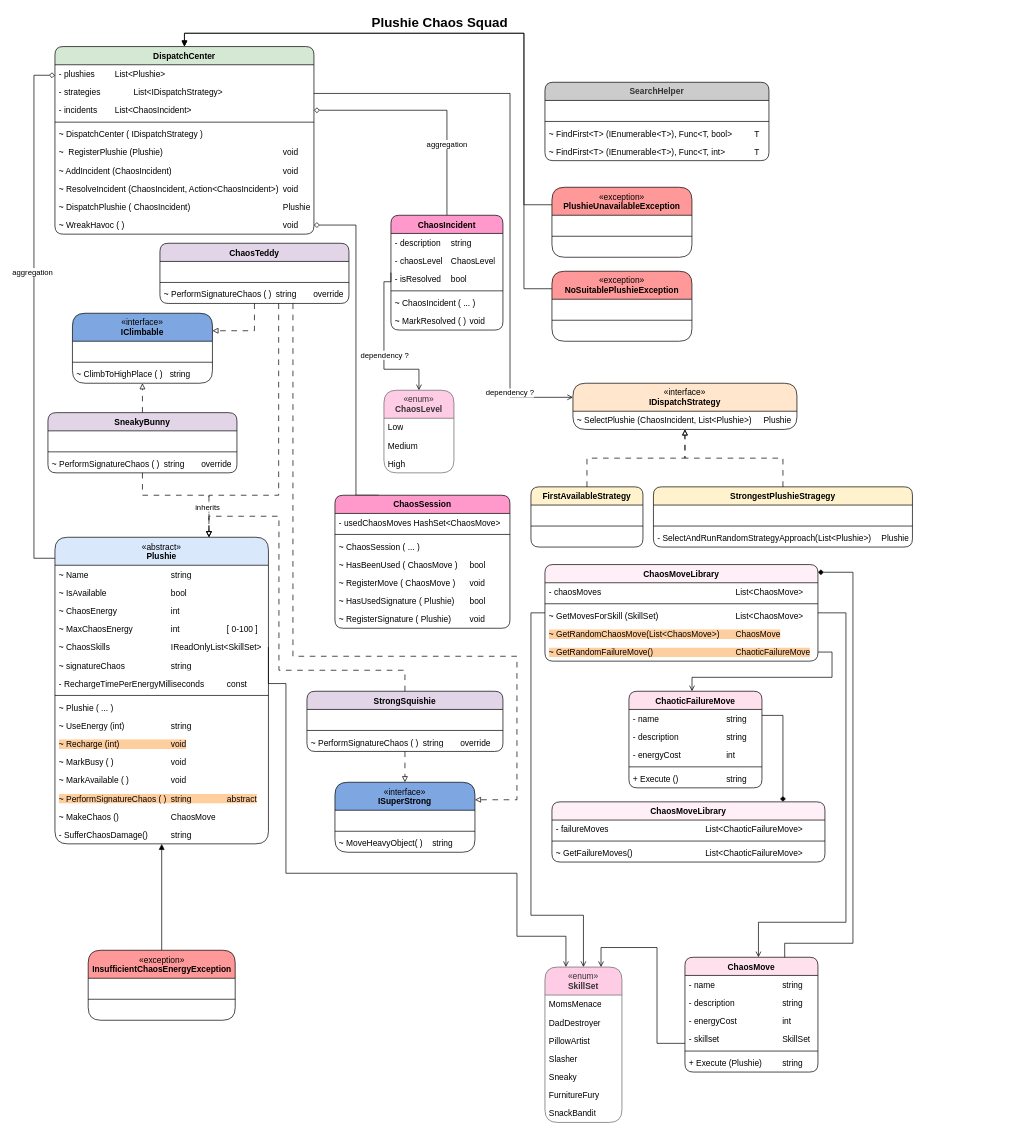
Above: Documents/PlushieChaosSquad.drawio in pxxlpxxi/PlushieChaosSquad (draw.io), before the change. Source tidied: cells renumbered, new cells numbered last; positions are measured from the earlier drawing's top-left corner, leaving out a move shared by most shapes. Both pictures are drawn from the tidied source at 70%, with x=0, y=0 at pixel (34, 12).
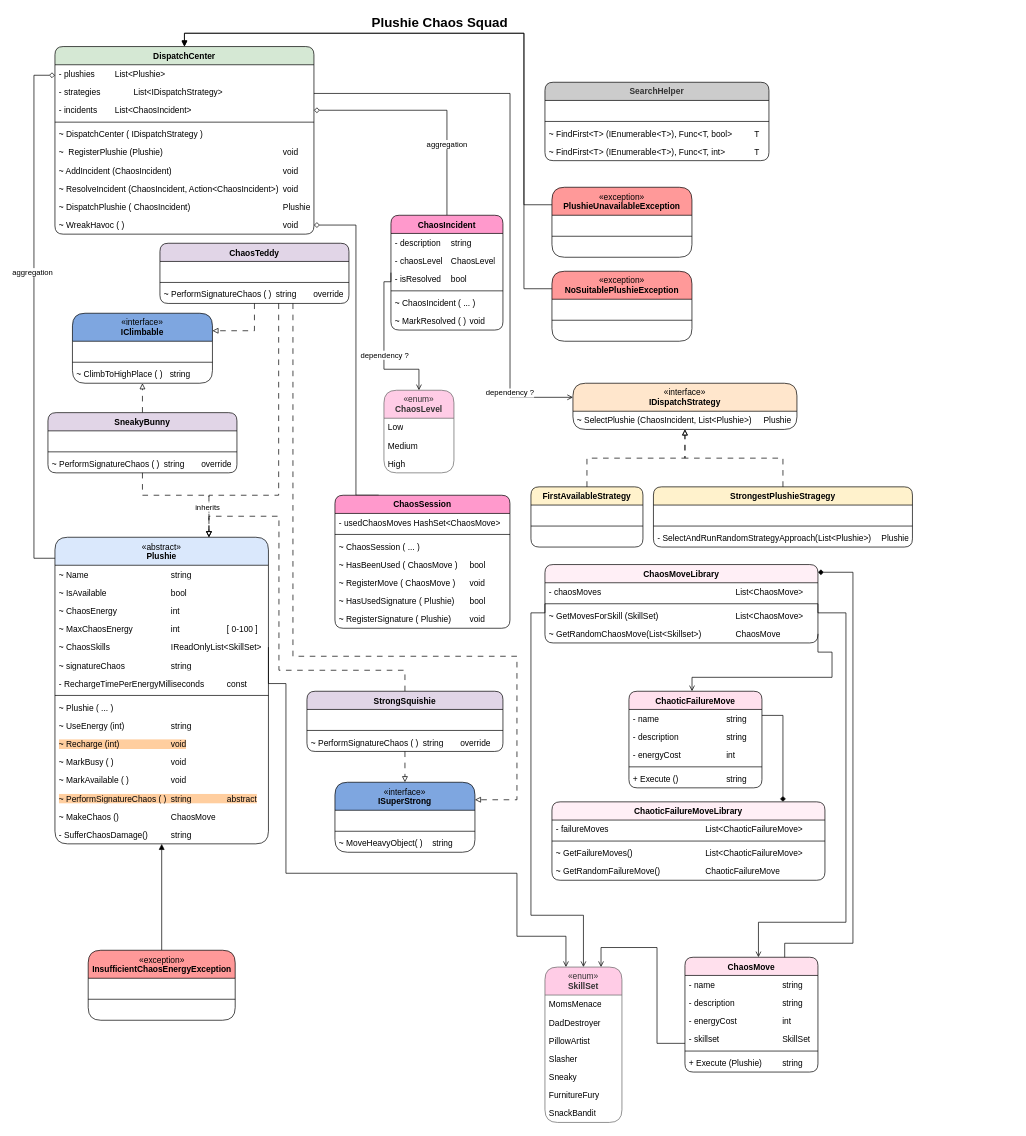
Above is the later version.

What changed in the source:
```diff
@@
     <mxCell id="130" value="ChaosMoveLibrary" style="swimlane;fontStyle=1;align=center;verticalAlign=top;horizontal=1;startSize=26;whiteSpace=wrap;html=1;rounded=1;fillColor=#FFEFF6;strokeColor=#000000;" parent="1" vertex="1">
-      <mxGeometry x="730" y="789" width="390" height="138" as="geometry" />
+      <mxGeometry x="730" y="789" width="390" height="112" as="geometry" />
     </mxCell>
@@
-    <mxCell id="134" value="~ GetRandomChaosMove(List&amp;lt;ChaosMove&amp;gt;)&lt;span style=&quot;color: light-dark(rgb(0, 0, 0), rgb(255, 255, 255)); white-space: pre;&quot;&gt;&#9;&lt;/span&gt;&lt;span style=&quot;color: light-dark(rgb(0, 0, 0), rgb(255, 255, 255));&quot;&gt;ChaosMove&lt;/span&gt;" style="text;strokeColor=none;fillColor=none;align=left;verticalAlign=top;spacingLeft=4;spacingRight=4;overflow=hidden;whiteSpace=wrap;html=1;labelBackgroundColor=#FFCE9F;" parent="130" vertex="1">
-      <mxGeometry y="86" width="390" height="26" as="geometry" />
-    </mxCell>
-    <mxCell id="135" value="~ GetRandomFailureMove()&lt;span style=&quot;white-space: pre;&quot;&gt;&#9;&lt;/span&gt;&lt;span style=&quot;white-space: pre;&quot;&gt;&lt;span style=&quot;white-space: pre;&quot;&gt;&#9;&lt;/span&gt;&lt;span style=&quot;white-space: pre;&quot;&gt;&#9;&lt;span style=&quot;white-space: pre;&quot;&gt;&#9;&lt;/span&gt;&lt;span style=&quot;white-space: pre;&quot;&gt;&#9;&lt;/span&gt;&lt;/span&gt;&lt;/span&gt;ChaoticFailureMove" style="text;strokeColor=none;fillColor=none;align=left;verticalAlign=top;spacingLeft=4;spacingRight=4;overflow=hidden;points=[[0,0.5],[1,0.5]];portConstraint=eastwest;whiteSpace=wrap;html=1;labelBackgroundColor=#FFCE9F;" parent="130" vertex="1">
-      <mxGeometry y="112" width="390" height="26" as="geometry" />
+    <mxCell id="135" value="~ GetRandomChaosMove(List&amp;lt;Skillset&amp;gt;)&lt;span style=&quot;white-space: pre;&quot;&gt;&lt;span style=&quot;white-space: pre;&quot;&gt;&lt;span style=&quot;white-space: pre;&quot;&gt;&#9;&lt;/span&gt;&lt;span style=&quot;white-space: pre;&quot;&gt;&#9;&lt;/span&gt;&lt;/span&gt;&lt;/span&gt;ChaosMove" style="text;strokeColor=none;fillColor=none;align=left;verticalAlign=top;spacingLeft=4;spacingRight=4;overflow=hidden;points=[[0,0.5],[1,0.5]];portConstraint=eastwest;whiteSpace=wrap;html=1;labelBackgroundColor=none;" parent="130" vertex="1">
+      <mxGeometry y="86" width="390" height="26" as="geometry" />
     </mxCell>
@@
-    <mxCell id="154" value="ChaosMoveLibrary" style="swimlane;fontStyle=1;align=center;verticalAlign=top;horizontal=1;startSize=26;whiteSpace=wrap;html=1;rounded=1;fillColor=#FFEFF6;strokeColor=#000000;" parent="1" vertex="1">
-      <mxGeometry x="740" y="1128" width="390" height="86" as="geometry" />
+    <mxCell id="154" value="ChaoticFailureMoveLibrary" style="swimlane;fontStyle=1;align=center;verticalAlign=top;horizontal=1;startSize=26;whiteSpace=wrap;html=1;rounded=1;fillColor=#FFEFF6;strokeColor=#000000;" parent="1" vertex="1">
+      <mxGeometry x="740" y="1128" width="390" height="112" as="geometry" />
     </mxCell>
@@
+    <mxCell id="159" value="~ GetRandomFailureMove()&lt;span style=&quot;white-space: pre;&quot;&gt;&#9;&lt;/span&gt;&lt;span style=&quot;white-space: pre;&quot;&gt;&lt;span style=&quot;white-space: pre;&quot;&gt;&#9;&lt;/span&gt;&lt;span style=&quot;white-space: pre;&quot;&gt;&lt;span style=&quot;white-space: pre;&quot;&gt;&#9;&lt;/span&gt;&lt;/span&gt;ChaoticF&lt;/span&gt;ailureMove" style="text;strokeColor=none;fillColor=none;align=left;verticalAlign=top;spacingLeft=4;spacingRight=4;overflow=hidden;whiteSpace=wrap;html=1;" parent="154" vertex="1">
+      <mxGeometry y="86" width="390" height="26" as="geometry" />
+    </mxCell>
```
